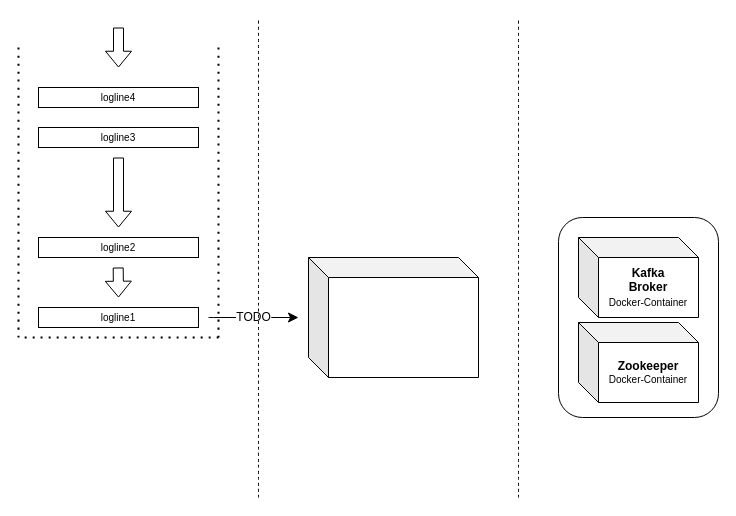
This is pipeline-prototype/sandbox/pipeline_draft.drawio from stefanDeveloper/heiDGAF, a draw.io file, before an edit. Source tidied: cells renumbered, new cells numbered last; positions are measured from the earlier drawing's top-left corner, leaving out a move shared by most shapes. Both pictures are drawn from the tidied source at 100%, with x=0, y=0 at pixel (18, 17).
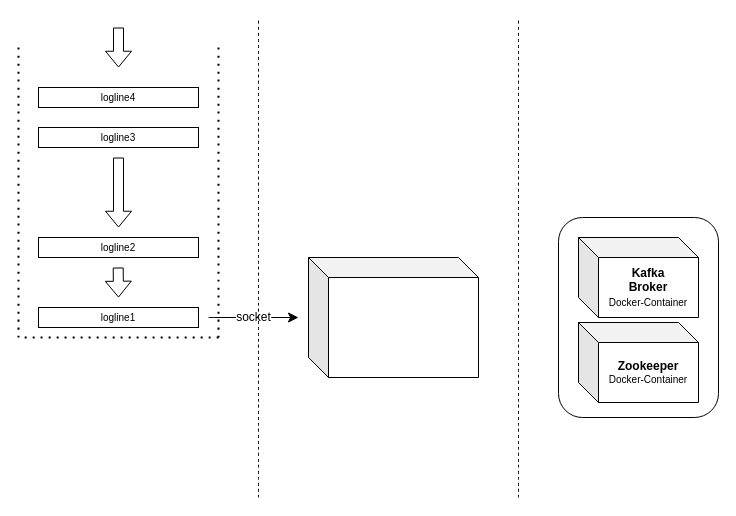
Above is the later version.

Commit message:
add draft for pipeline figure

What changed in the source:
```diff
@@
-    <mxCell id="15" value="TODO" style="endArrow=classic;html=1;rounded=0;fontSize=12;startSize=8;endSize=8;curved=1;" parent="1" edge="1">
+    <mxCell id="15" value="socket" style="endArrow=classic;html=1;rounded=0;fontSize=12;startSize=8;endSize=8;curved=1;" parent="1" edge="1">
       <mxGeometry relative="1" as="geometry">
         <mxPoint x="190" y="300" as="sourcePoint" />
         <mxPoint x="280" y="300" as="targetPoint" />
       </mxGeometry>
     </mxCell>
```
